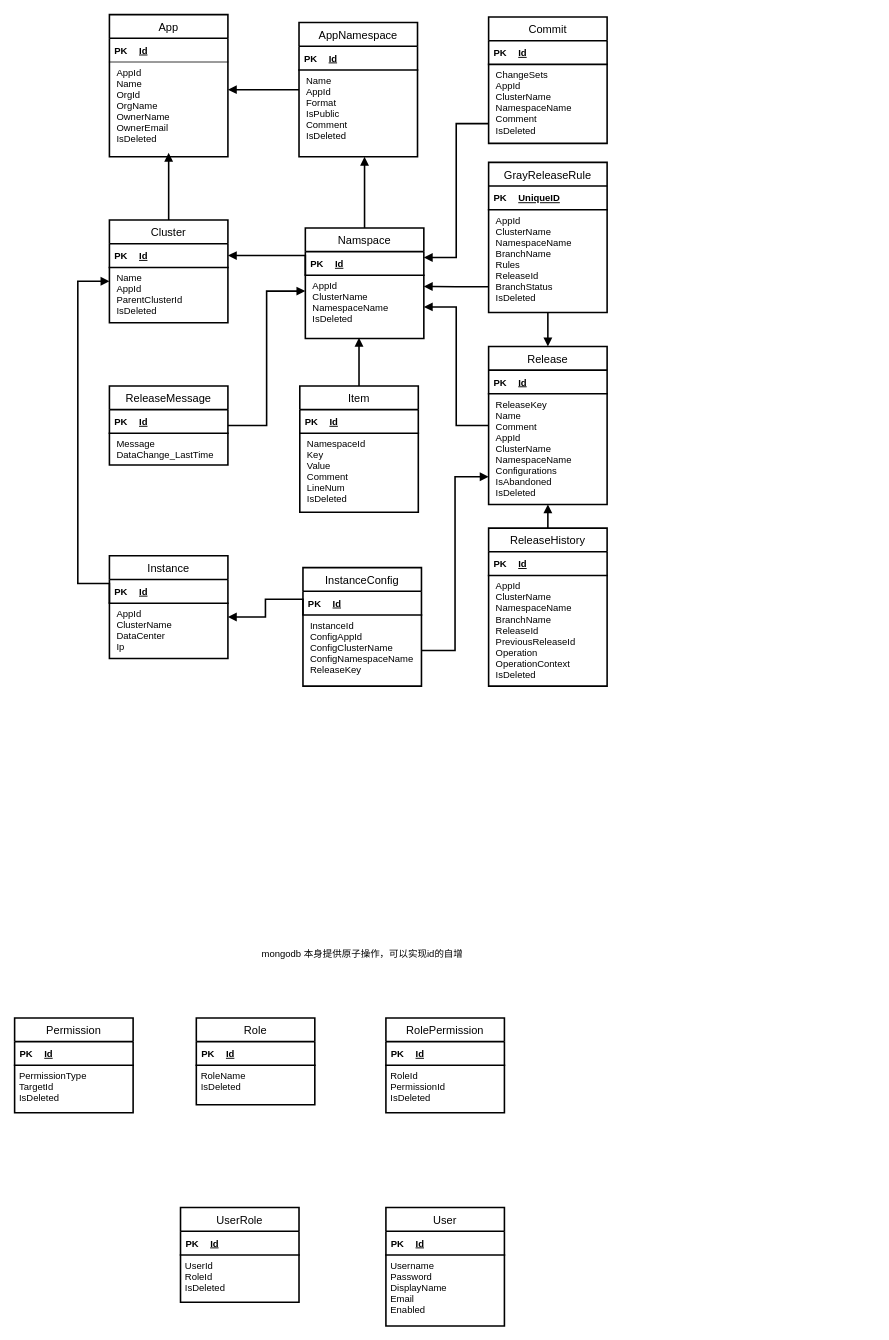
Before: page "ER图" (11 of 12) of Untitled Diagram.drawio in WWj5921/ConfigCenter, a draw.io diagram. Source tidied: cells renumbered, new cells numbered last; positions are measured from the earlier drawing's top-left corner, leaving out a move shared by most shapes. Both pictures are drawn from the tidied source at 79%, with x=0, y=0 at pixel (14, 14).
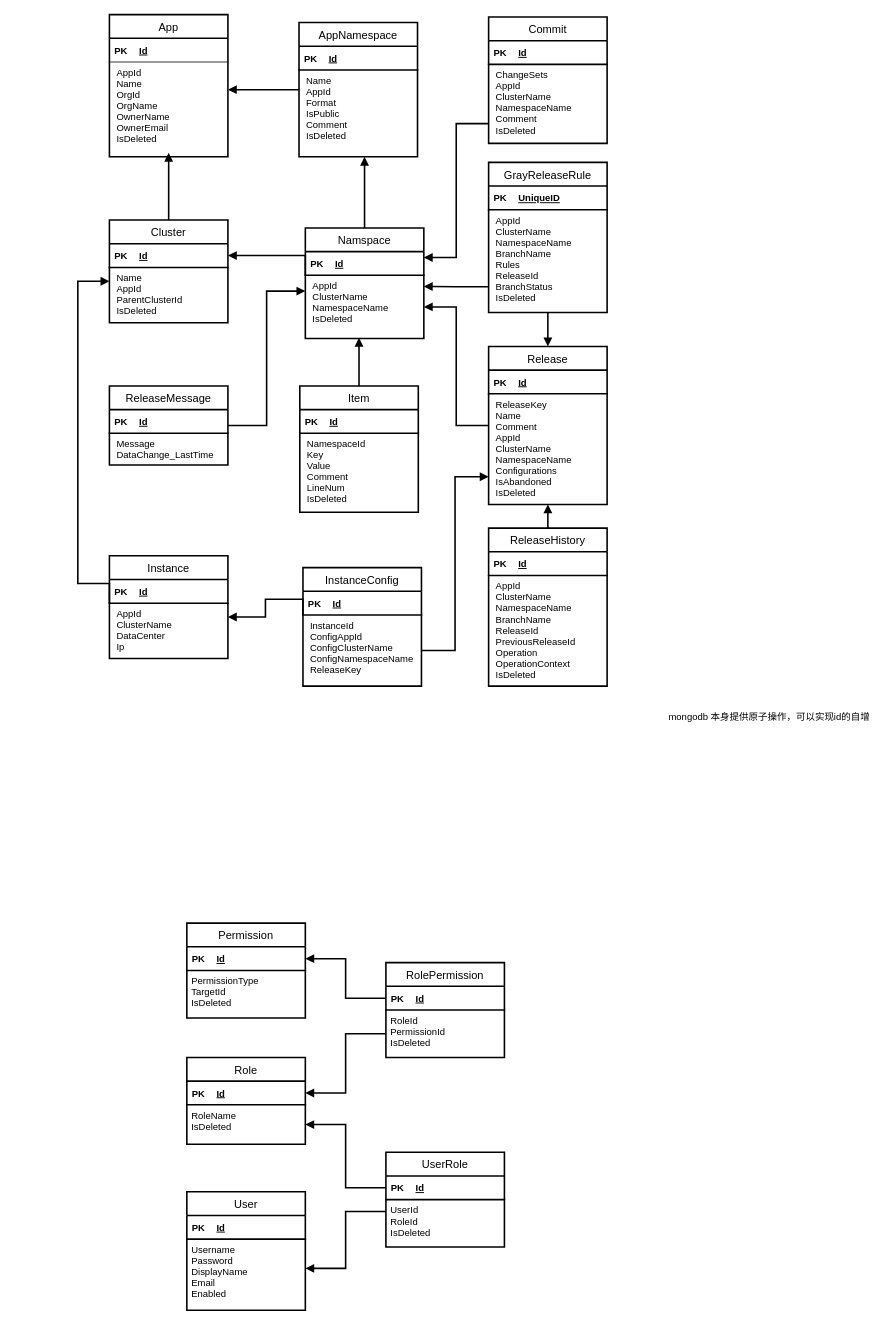
The same diagram, later.

The change refers to these unchanged cells:
```xml
<mxCell id="83" style="shape=table;startSize=0;childLayout=tableLayout;rowLines=0;fontStyle=0;align=center;strokeColor=none;fillColor=none;rounded=0;" parent="82" vertex="1">
  <mxGeometry y="30" width="150" height="30" as="geometry" />
</mxCell>
<mxCell id="90" style="shape=tableRow;horizontal=0;startSize=0;swimlaneHead=0;swimlaneBody=0;fillColor=none;points=[[0,0.5],[1,0.5]];portConstraint=eastwest;top=0;left=0;right=0;bottom=1;rounded=0;strokeWidth=2;" parent="89" vertex="1">
  <mxGeometry width="150" height="30" as="geometry" />
</mxCell>
<mxCell id="93" value="RoleName&#10;IsDeleted" style="align=left;strokeColor=none;fillColor=none;spacingLeft=4;fontSize=12;verticalAlign=top;" parent="88" vertex="1">
  <mxGeometry y="60" width="150" height="50" as="geometry" />
</mxCell>
<mxCell id="96" style="shape=tableRow;horizontal=0;startSize=0;swimlaneHead=0;swimlaneBody=0;fillColor=none;points=[[0,0.5],[1,0.5]];portConstraint=eastwest;top=0;left=0;right=0;bottom=1;rounded=0;strokeWidth=2;" parent="95" vertex="1">
  <mxGeometry width="150" height="30" as="geometry" />
</mxCell>
<mxCell id="99" value="RoleId&#10;PermissionId&#10;IsDeleted" style="align=left;strokeColor=none;fillColor=none;spacingLeft=4;fontSize=12;verticalAlign=top;" parent="94" vertex="1">
  <mxGeometry y="60" width="150" height="60" as="geometry" />
</mxCell>
<mxCell id="105" value="Username&#10;Password&#10;DisplayName&#10;Email&#10;Enabled" style="align=left;strokeColor=none;fillColor=none;spacingLeft=4;fontSize=12;verticalAlign=top;" parent="100" vertex="1">
  <mxGeometry y="60" width="150" height="90" as="geometry" />
</mxCell>
<mxCell id="108" style="shape=tableRow;horizontal=0;startSize=0;swimlaneHead=0;swimlaneBody=0;fillColor=none;points=[[0,0.5],[1,0.5]];portConstraint=eastwest;top=0;left=0;right=0;bottom=1;rounded=0;strokeWidth=2;" parent="107" vertex="1">
  <mxGeometry width="150" height="30" as="geometry" />
</mxCell>
<mxCell id="111" value="UserId&#10;RoleId&#10;IsDeleted" style="align=left;strokeColor=none;fillColor=none;spacingLeft=4;fontSize=12;verticalAlign=top;" parent="106" vertex="1">
  <mxGeometry y="60" width="150" height="60" as="geometry" />
</mxCell>
```

Change to the diagram source:
```diff
@@
     <mxCell id="82" value="Permission" style="swimlane;horizontal=1;startSize=30;rounded=0;fontSize=14;fontStyle=0;strokeWidth=2;shadow=0;dashed=0;align=center;" parent="1" vertex="1">
-      <mxGeometry y="1270" width="150" height="120" as="geometry" />
+      <mxGeometry x="218" y="1150" width="150" height="120" as="geometry" />
     </mxCell>
@@
     <mxCell id="88" value="Role" style="swimlane;horizontal=1;startSize=30;rounded=0;fontSize=14;fontStyle=0;strokeWidth=2;shadow=0;dashed=0;align=center;" parent="1" vertex="1">
-      <mxGeometry x="230" y="1270" width="150" height="110" as="geometry" />
+      <mxGeometry x="218" y="1320" width="150" height="110" as="geometry" />
     </mxCell>
@@
     <mxCell id="94" value="RolePermission" style="swimlane;horizontal=1;startSize=30;rounded=0;fontSize=14;fontStyle=0;strokeWidth=2;shadow=0;dashed=0;align=center;" parent="1" vertex="1">
-      <mxGeometry x="470" y="1270" width="150" height="120" as="geometry" />
+      <mxGeometry x="470" y="1200" width="150" height="120" as="geometry" />
     </mxCell>
@@
     <mxCell id="100" value="User" style="swimlane;horizontal=1;startSize=30;rounded=0;fontSize=14;fontStyle=0;strokeWidth=2;shadow=0;dashed=0;align=center;" parent="1" vertex="1">
-      <mxGeometry x="470" y="1510" width="150" height="150" as="geometry" />
+      <mxGeometry x="218" y="1490" width="150" height="150" as="geometry" />
     </mxCell>
@@
     <mxCell id="106" value="UserRole" style="swimlane;horizontal=1;startSize=30;rounded=0;fontSize=14;fontStyle=0;strokeWidth=2;shadow=0;dashed=0;align=center;" parent="1" vertex="1">
-      <mxGeometry x="210" y="1510" width="150" height="120" as="geometry" />
+      <mxGeometry x="470" y="1440" width="150" height="120" as="geometry" />
     </mxCell>
@@
     <mxCell id="112" value="mongodb 本身提供原子操作，可以实现id的自增" style="text;html=1;align=center;verticalAlign=middle;strokeColor=none;fillColor=none;" parent="1" vertex="1">
-      <mxGeometry x="305" y="1180" width="270" height="20" as="geometry" />
+      <mxGeometry x="820" y="880" width="270" height="20" as="geometry" />
     </mxCell>
@@
+    <mxCell id="120" style="edgeStyle=orthogonalEdgeStyle;rounded=0;jettySize=auto;html=1;exitX=0;exitY=0.5;exitDx=0;exitDy=0;entryX=1;entryY=0.5;entryDx=0;entryDy=0;endArrow=block;endFill=1;strokeWidth=2;" parent="1" edge="1" source="96" target="83">
+      <mxGeometry relative="1" as="geometry" />
+    </mxCell>
+    <mxCell id="121" style="edgeStyle=orthogonalEdgeStyle;rounded=0;jettySize=auto;html=1;exitX=0;exitY=0.5;exitDx=0;exitDy=0;entryX=1;entryY=0.5;entryDx=0;entryDy=0;endArrow=block;endFill=1;strokeWidth=2;" parent="1" edge="1" source="99" target="90">
+      <mxGeometry relative="1" as="geometry" />
+    </mxCell>
+    <mxCell id="122" style="edgeStyle=orthogonalEdgeStyle;rounded=0;jettySize=auto;html=1;exitX=0;exitY=0.5;exitDx=0;exitDy=0;entryX=1;entryY=0.5;entryDx=0;entryDy=0;endArrow=block;endFill=1;strokeWidth=2;" parent="1" edge="1" source="108" target="93">
+      <mxGeometry relative="1" as="geometry" />
+    </mxCell>
+    <mxCell id="123" style="edgeStyle=orthogonalEdgeStyle;rounded=0;jettySize=auto;html=1;exitX=0;exitY=0.25;exitDx=0;exitDy=0;entryX=1;entryY=0.411;entryDx=0;entryDy=0;entryPerimeter=0;endArrow=block;endFill=1;strokeWidth=2;" parent="1" edge="1" source="111" target="105">
+      <mxGeometry relative="1" as="geometry" />
+    </mxCell>
```
